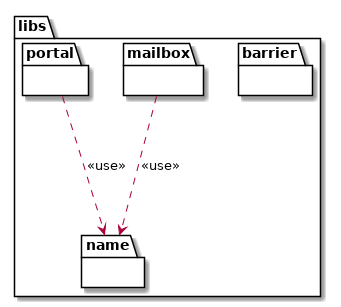
This is doc/class-diagrams/libs.png from mbcastro/multikernel, a PlantUML export, as it was before one commit.
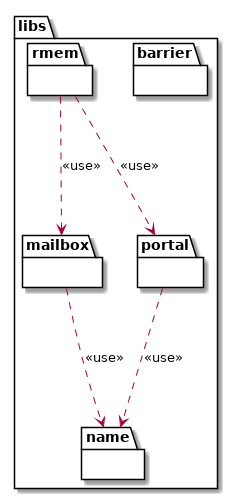
The same diagram one commit later.

Commit message:
Documentation: Updating Libraries Diagrams

What changed in the source:
```diff
@@ -13,8 +13,13 @@
 	namespace portal {
 	}
 
-	libs.mailbox ..> libs.name : <<use>>
-	libs.portal  ..> libs.name : <<use>>
+	namespace rmem {
+	}
+
+	libs.mailbox ..> libs.name    : <<use>>
+	libs.portal  ..> libs.name    : <<use>>
+	libs.rmem    ..> libs.mailbox : <<use>>
+	libs.rmem    ..> libs.portal  : <<use>>
 }
 
 @enduml
```
